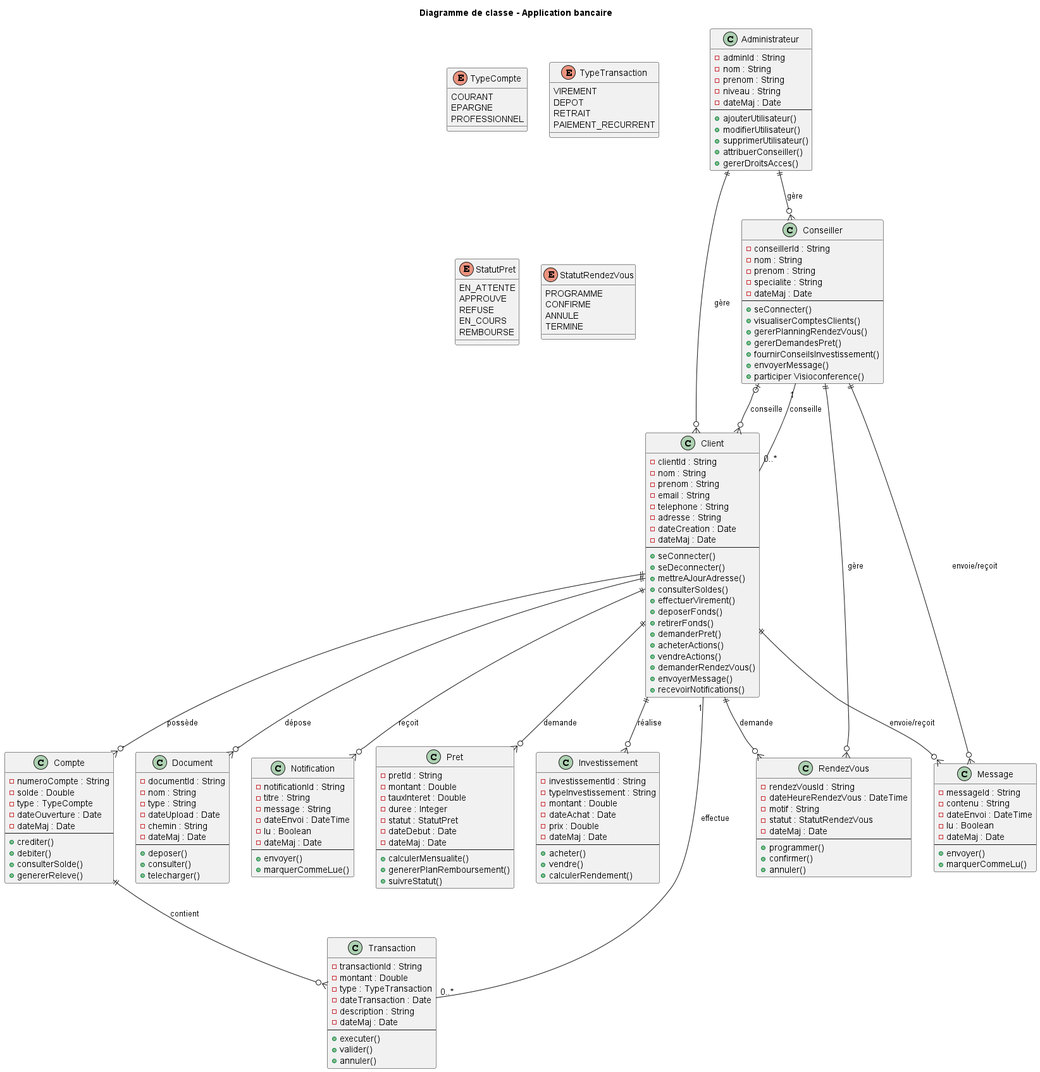
Before: out/ClassDiagram/classdiagram.png, a diagram exported from PlantUML (filkat34/UEL315). Source of this version:
```plantuml
@startuml classdiagram

title Diagramme de classe - Application bancaire


class Client {
    -clientId : String
    -nom : String
    -prenom : String
    -email : String
    -telephone : String
    -adresse : String
    -dateCreation : Date
    -dateMaj : Date
    --
    +seConnecter()
    +seDeconnecter()
    +mettreAJourAdresse()
    +consulterSoldes()
    +effectuerVirement()
    +deposerFonds()
    +retirerFonds()
    +demanderPret()
    +acheterActions()
    +vendreActions()
    +demanderRendezVous()
    +envoyerMessage()
    +recevoirNotifications()
}

class Conseiller {
    -conseillerId : String
    -nom : String
    -prenom : String
    -specialite : String
    -dateMaj : Date
    --
    +seConnecter()
    +visualiserComptesClients()
    +gererPlanningRendezVous()
    +gererDemandesPret()
    +fournirConseilsInvestissement()
    +envoyerMessage()
    +participer Visioconference()
}

class Administrateur {
    -adminId : String
    -nom : String
    -prenom : String
    -niveau : String
    -dateMaj : Date
    --
    +ajouterUtilisateur()
    +modifierUtilisateur()
    +supprimerUtilisateur()
    +attribuerConseiller()
    +gererDroitsAcces()
}

class Compte {
    -numeroCompte : String
    -solde : Double
    -type : TypeCompte
    -dateOuverture : Date
    -dateMaj : Date
    --
    +crediter()
    +debiter()
    +consulterSolde()
    +genererReleve()
}

class Transaction {
    -transactionId : String
    -montant : Double
    -type : TypeTransaction
    -dateTransaction : Date
    -description : String
    -dateMaj : Date
    --
    +executer()
    +valider()
    +annuler()
}

class Pret {
    -pretId : String
    -montant : Double
    -tauxInteret : Double
    -duree : Integer
    -statut : StatutPret
    -dateDebut : Date
    -dateMaj : Date
    --
    +calculerMensualite()
    +genererPlanRemboursement()
    +suivreStatut()
}

class Investissement {
    -investissementId : String
    -typeInvestissement : String
    -montant : Double
    -dateAchat : Date
    -prix : Double
    -dateMaj : Date
    --
    +acheter()
    +vendre()
    +calculerRendement()
}

class RendezVous {
    -rendezVousId : String
    -dateHeureRendezVous : DateTime
    -motif : String
    -statut : StatutRendezVous
    -dateMaj : Date
    --
    +programmer()
    +confirmer()
    +annuler()
}

class Message {
    -messageId : String
    -contenu : String
    -dateEnvoi : DateTime
    -lu : Boolean
    -dateMaj : Date
    --
    +envoyer()
    +marquerCommeLu()
}

class Document {
    -documentId : String
    -nom : String
    -type : String
    -dateUpload : Date
    -chemin : String
    -dateMaj : Date
    --
    +deposer()
    +consulter()
    +telecharger()
}

class Notification {
    -notificationId : String
    -titre : String
    -message : String
    -dateEnvoi : DateTime
    -lu : Boolean
    -dateMaj : Date
    --
    +envoyer()
    +marquerCommeLue()
}


enum TypeCompte {
    COURANT
    EPARGNE
    PROFESSIONNEL
}

enum TypeTransaction {
    VIREMENT
    DEPOT
    RETRAIT
    PAIEMENT_RECURRENT
}

enum StatutPret {
    EN_ATTENTE
    APPROUVE
    REFUSE
    EN_COURS
    REMBOURSE
}

enum StatutRendezVous {
    PROGRAMME
    CONFIRME
    ANNULE
    TERMINE
}


Client ||--o{ Compte : possède
Compte ||--o{ Transaction : contient
Client ||--o{ Pret : demande
Client ||--o{ Investissement : réalise
Client ||--o{ RendezVous : demande
Conseiller ||--o{ RendezVous : gère
Client ||--o{ Document : dépose
Client ||--o{ Message : envoie/reçoit
Conseiller ||--o{ Message : envoie/reçoit
Client ||--o{ Notification : reçoit
Conseiller |o--o{ Client : conseille
Administrateur ||--o{ Client : gère
Administrateur ||--o{ Conseiller : gère

Client "1" -- "0..*" Transaction : effectue
Conseiller "1" -- "0..*" Client : conseille

@enduml
```
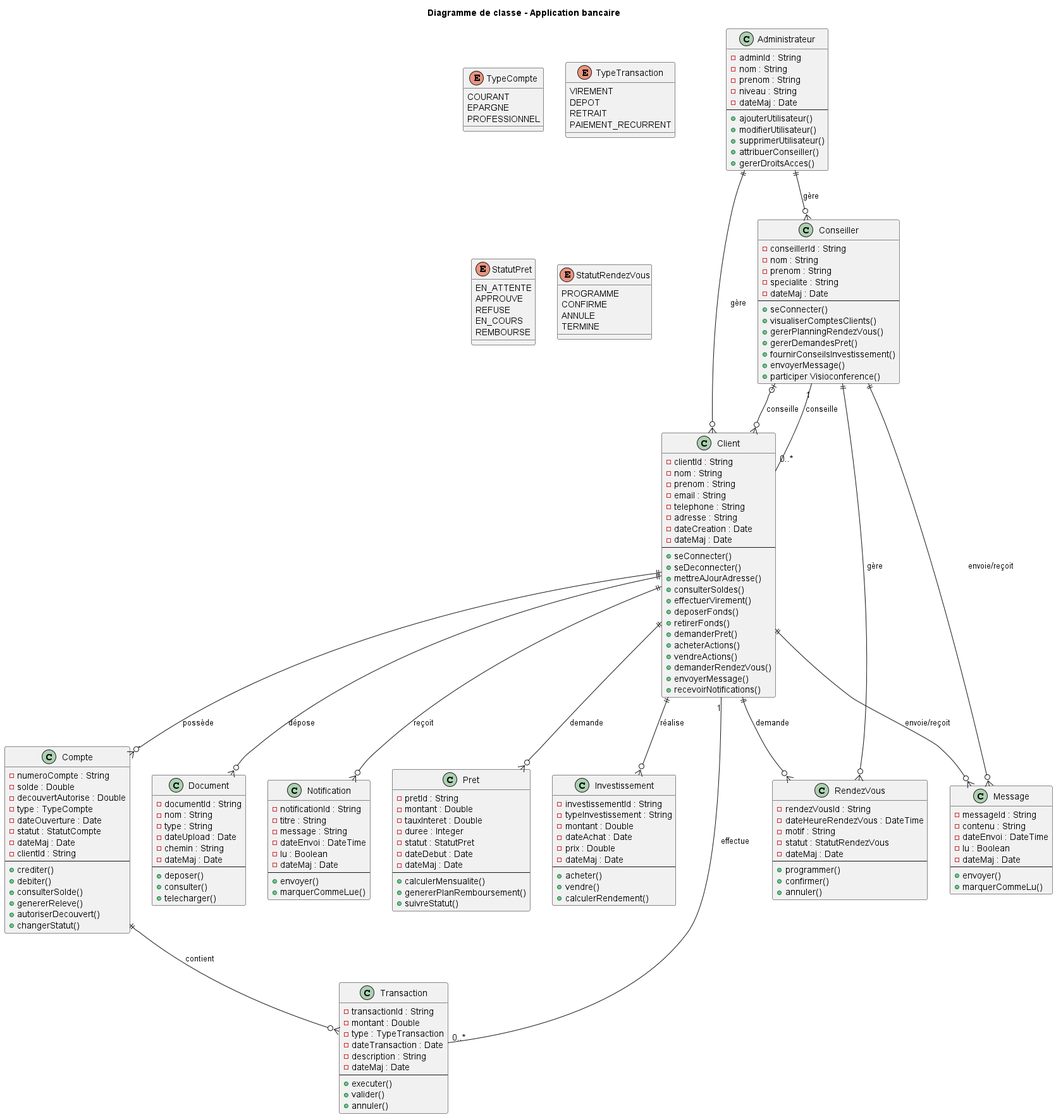
After the commit.

Change to the diagram source:
```diff
@@ -61,14 +61,19 @@
 class Compte {
     -numeroCompte : String
     -solde : Double
+    -decouvertAutorise : Double
     -type : TypeCompte
     -dateOuverture : Date
+    -statut : StatutCompte
     -dateMaj : Date
+    -clientId : String
     --
     +crediter()
     +debiter()
     +consulterSolde()
     +genererReleve()
+    +autoriserDecouvert()
+    +changerStatut()
 }
 
 class Transaction {
```
